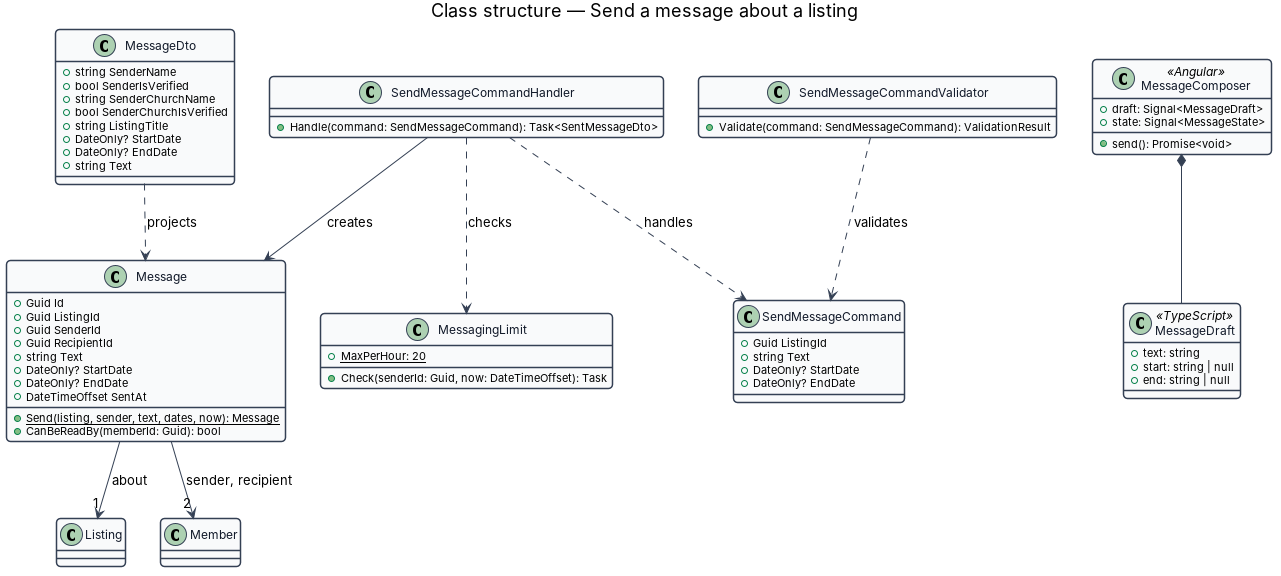
This is docs/detailed-designs/messages/send-message/diagrams/class-structure.png from QuinntyneBrown/christian-rent, a PlantUML export, as it was before one commit. Its source is kept beside it as docs/detailed-designs/messages/send-message/diagrams/class-structure.puml.
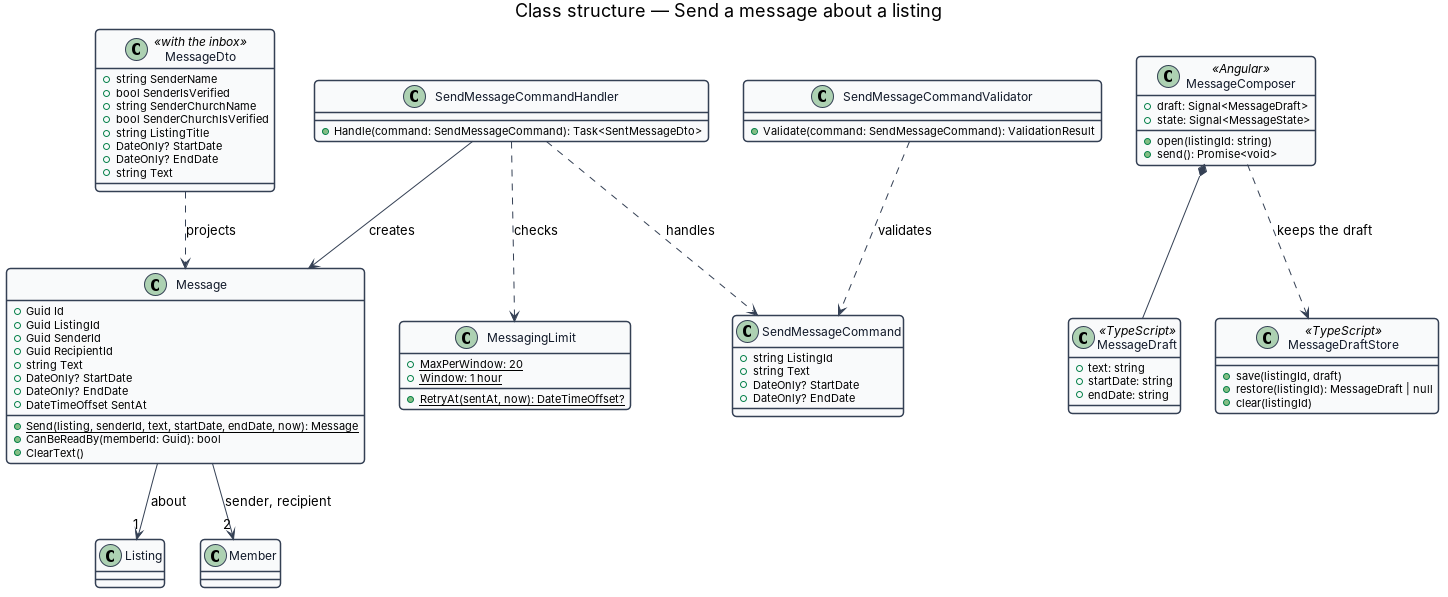
The same diagram one commit later.

What changed in the source:
```diff
@@ -20,11 +20,12 @@
   +DateOnly? StartDate
   +DateOnly? EndDate
   +DateTimeOffset SentAt
-  +{static} Send(listing, sender, text, dates, now): Message
+  +{static} Send(listing, senderId, text, startDate, endDate, now): Message
   +CanBeReadBy(memberId: Guid): bool
+  +ClearText()
 }
 class SendMessageCommand {
-  +Guid ListingId
+  +string ListingId
   +string Text
   +DateOnly? StartDate
   +DateOnly? EndDate
@@ -36,10 +37,11 @@
   +Handle(command: SendMessageCommand): Task<SentMessageDto>
 }
 class MessagingLimit {
-  +{static} MaxPerHour: 20
-  +Check(senderId: Guid, now: DateTimeOffset): Task
+  +{static} MaxPerWindow: 20
+  +{static} Window: 1 hour
+  +{static} RetryAt(sentAt, now): DateTimeOffset?
 }
-class MessageDto {
+class MessageDto <<with the inbox>> {
   +string SenderName
   +bool SenderIsVerified
   +string SenderChurchName
@@ -52,12 +54,13 @@
 class MessageComposer <<Angular>> {
   +draft: Signal<MessageDraft>
   +state: Signal<MessageState>
+  +open(listingId: string)
   +send(): Promise<void>
 }
 class MessageDraft <<TypeScript>> {
   +text: string
-  +start: string | null
-  +end: string | null
+  +startDate: string
+  +endDate: string
 }
 SendMessageCommandHandler ..> SendMessageCommand : handles
 SendMessageCommandValidator ..> SendMessageCommand : validates
@@ -67,4 +70,10 @@
 Message --> "2" Member : sender, recipient
 MessageDto ..> Message : projects
 MessageComposer *-- MessageDraft
+class MessageDraftStore <<TypeScript>> {
+  +save(listingId, draft)
+  +restore(listingId): MessageDraft | null
+  +clear(listingId)
+}
+MessageComposer ..> MessageDraftStore : keeps the draft
 @enduml
```
